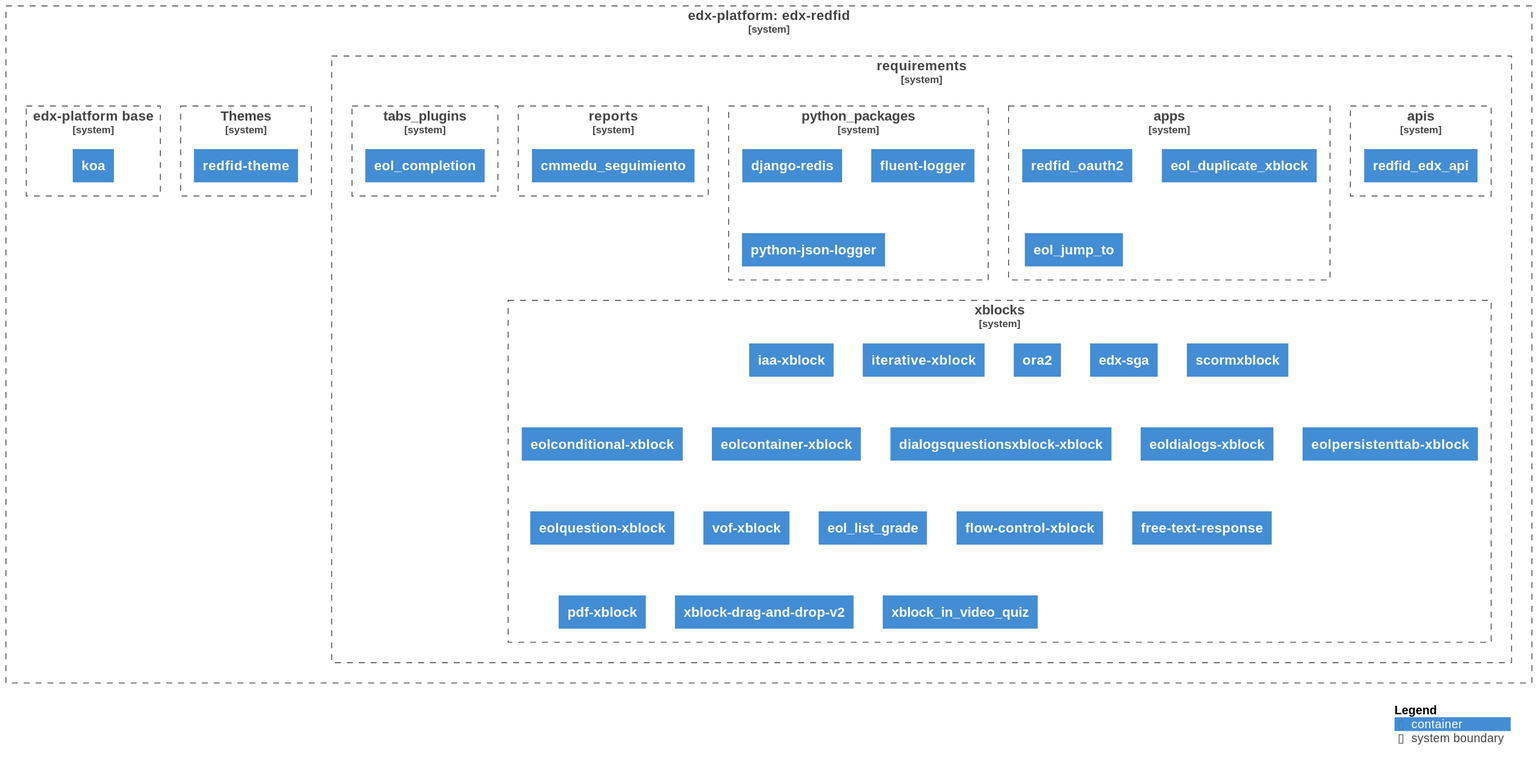
Earlier version of the PlantUML export diagrams/diagram.svg (eol-uchile/edx-redfid).
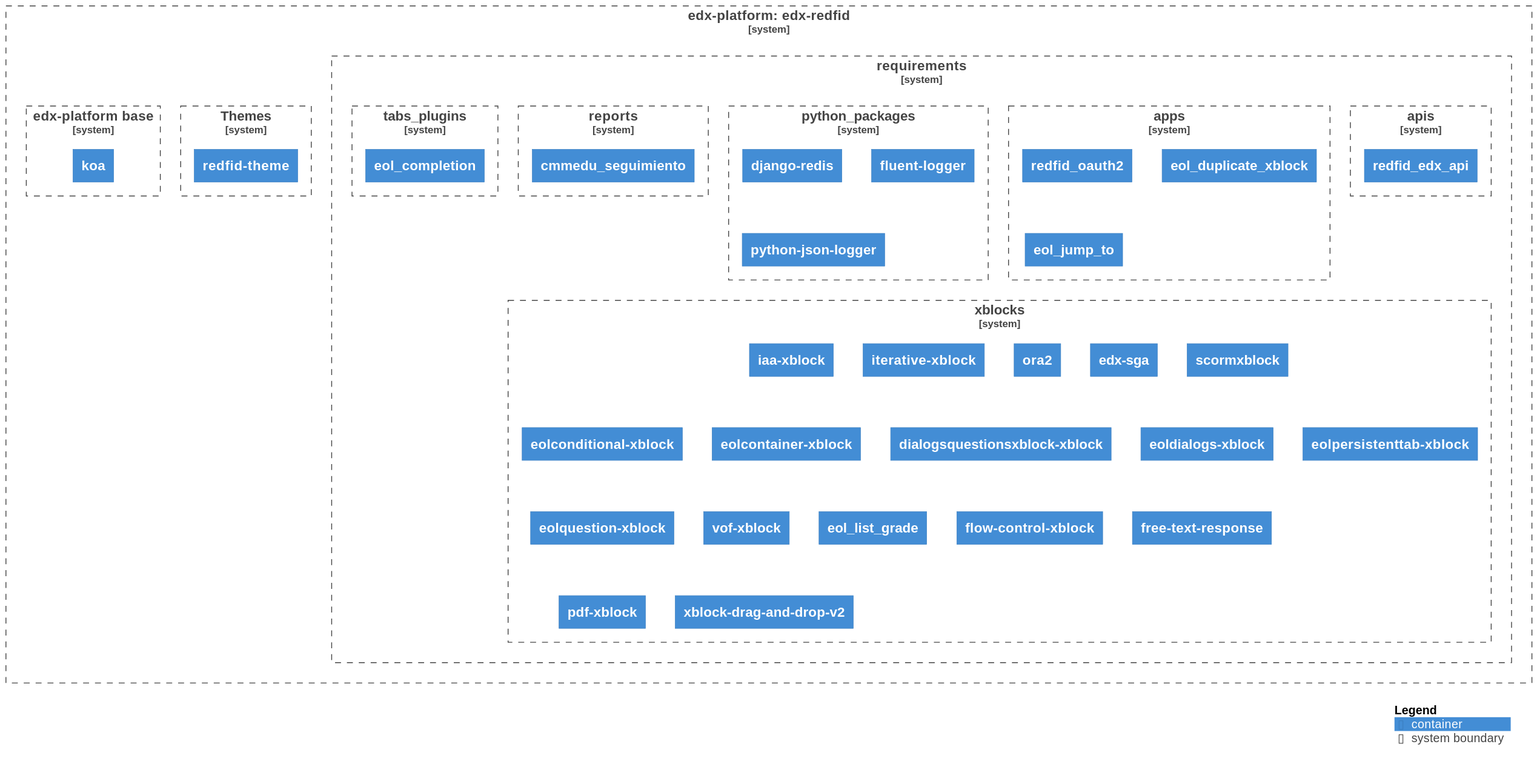
The same file after the commit.

Commit message:
chore: Auto-generate UML diagram

The edit, as a diff of the source:
```diff
@@ -81,8 +81,6 @@
 
                 Container(xblocks17, "xblock-drag-and-drop-v2", $link="https://github.com/eol-uchile/xblock-drag-and-drop-v2/commit/58d8a691cf9210220925f3d2957b39a377f6704c")
 
-                Container(xblocks18, "xblock_in_video_quiz", $link="https://github.com/eol-uchile/xblock-in-video-quiz/commit/1555dcbd96341f19b76f915f0135f46192869796")
-
             }
 
     }
```
